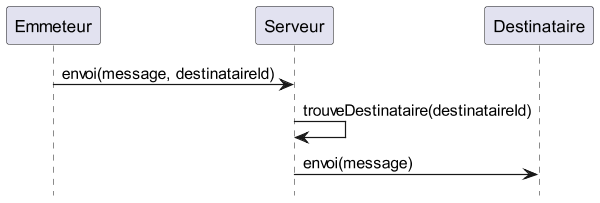
Above: S3/assets/build/Serveur.png in thomasGuibert/Cours-Design (PlantUML), before the change. Source of this version:
```plantuml
@startuml Serveur
scale 600*600
hide footbox

Emmeteur -> Serveur: envoi(message, destinataireId)
Serveur -> Serveur: trouveDestinataire(destinataireId)
Serveur -> Destinataire: envoi(message)

@enduml
```
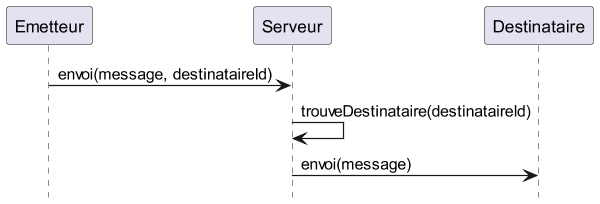
After the change.

Commit message:
fix emmeteur to emetteur

Change to the diagram source:
```diff
@@ -2,7 +2,7 @@
 scale 600*600
 hide footbox
 
-Emmeteur -> Serveur: envoi(message, destinataireId)
+Emetteur -> Serveur: envoi(message, destinataireId)
 Serveur -> Serveur: trouveDestinataire(destinataireId)
 Serveur -> Destinataire: envoi(message)
 
```
